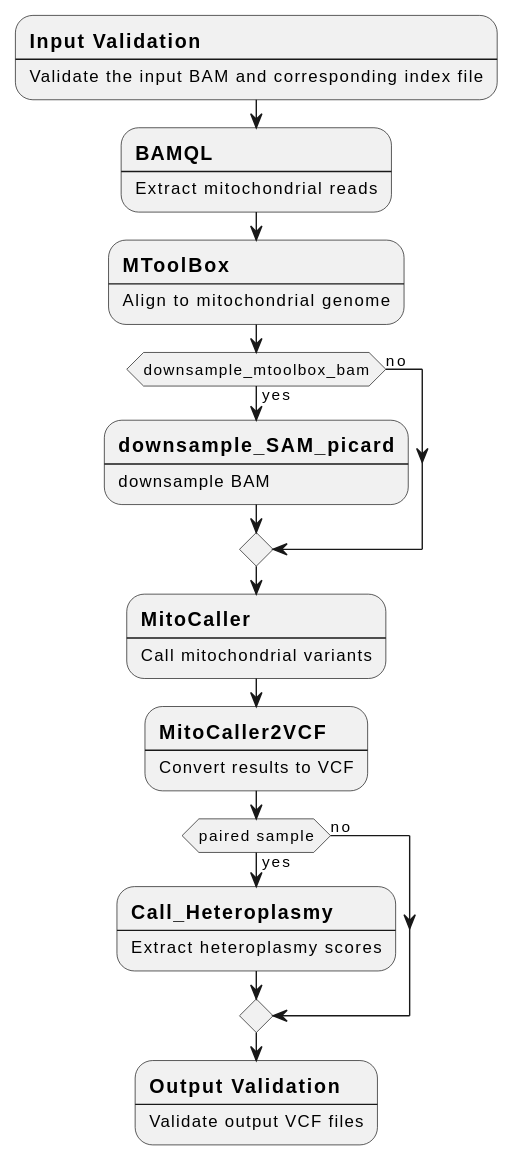
uclahs-cds/pipeline-call-mtSNV keeps this PlantUML diagram as docs/call-mtsnv-flow.svg. Above is the earlier version.
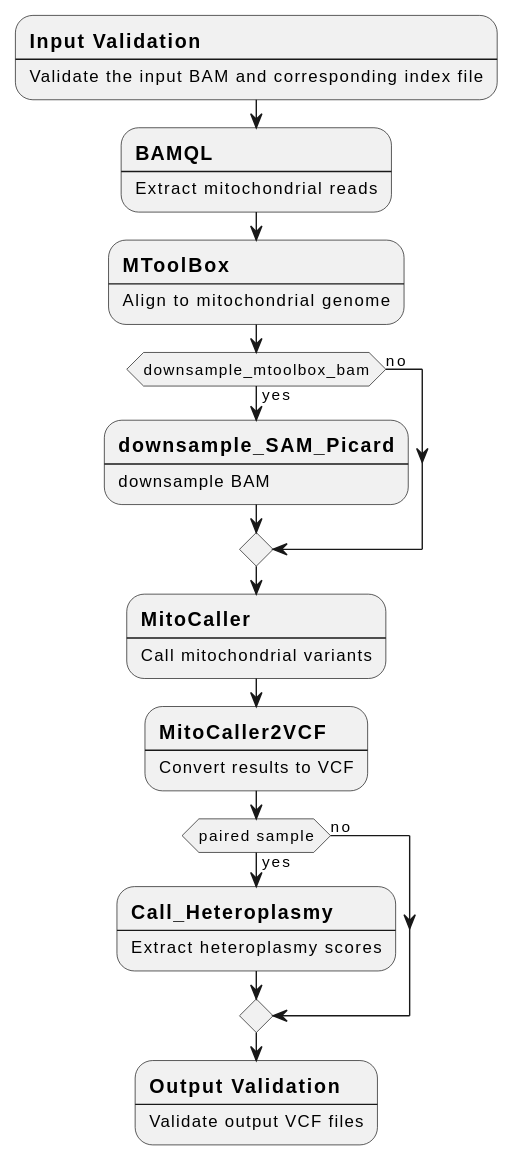
After the commit.

Change to the diagram source:
```diff
@@ -12,7 +12,7 @@
 ----
 Align to mitochondrial genome;
 if (downsample_mtoolbox_bam) then (yes)
-  :==downsample_SAM_picard
+  :==downsample_SAM_Picard
   ----
   downsample BAM;
 else (no)
```
